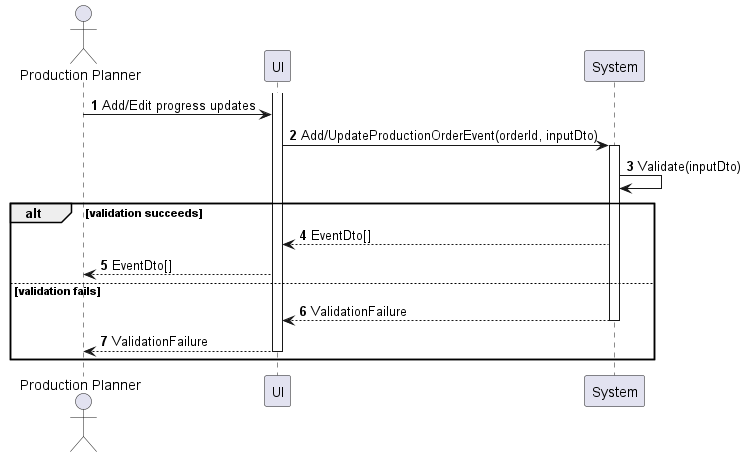
This is sequences/production-order-update-progress.png from phihungha/scmss-reqs, a PlantUML export, as it was before one commit.
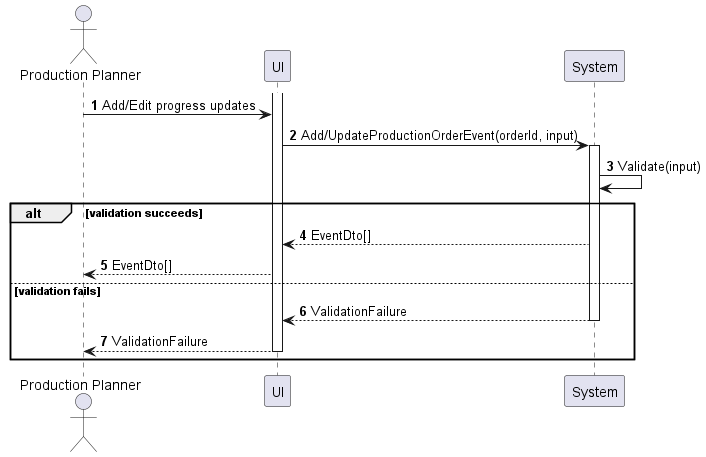
After the commit.

What changed in the source:
```diff
@@ -7,9 +7,9 @@
 
 activate f
 a -> f : Add/Edit progress updates
-f -> b : Add/UpdateProductionOrderEvent(orderId, inputDto)
+f -> b : Add/UpdateProductionOrderEvent(orderId, input)
 activate b
-b -> b : Validate(inputDto)
+b -> b : Validate(input)
 
 alt validation succeeds
     b --> f : EventDto[]
```
